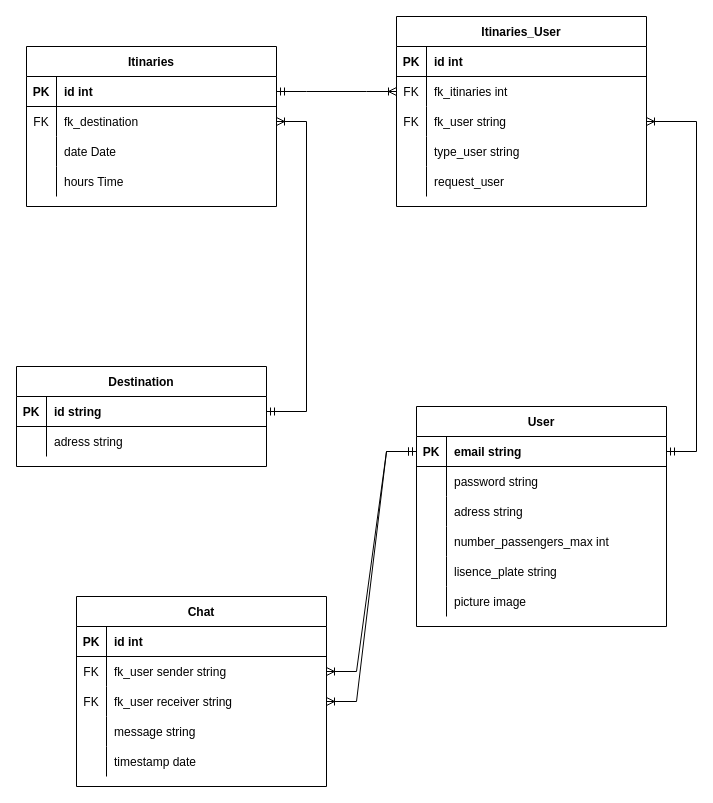
The draw.io diagram page "Page-1" (1 of 7) of Diagramme relationnel.drawio in jmimassi/Carpooling, before the edit. Source tidied: cells renumbered, new cells numbered last; positions are measured from the earlier drawing's top-left corner, leaving out a move shared by most shapes. Both pictures are drawn from the tidied source at 100%, with x=0, y=0 at pixel (16, 16).
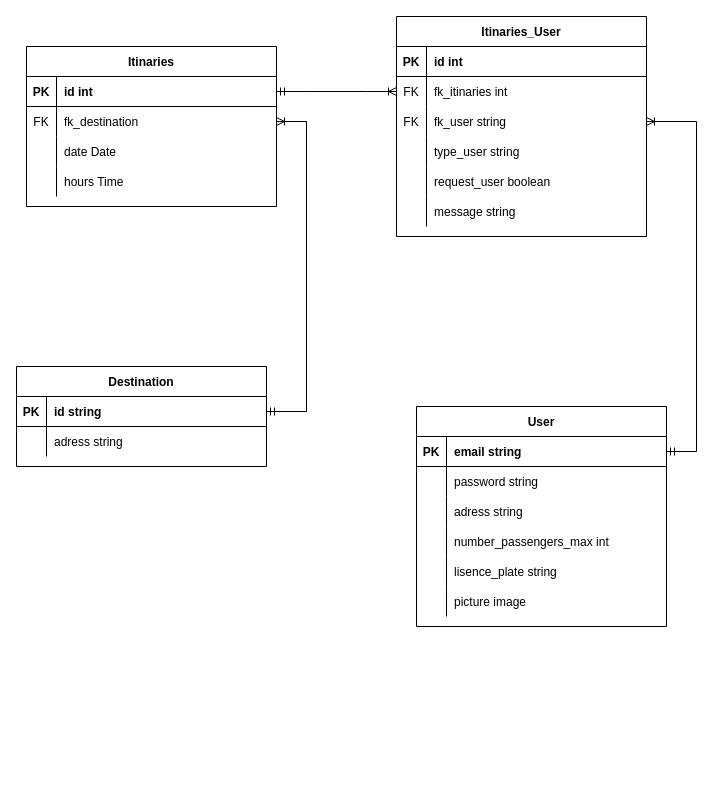
The same diagram, later.

Commit message (it also covers changes not shown here):
add the connexion and fixed with the db i also added the create user

Unchanged cells that the change refers to:
```xml
<mxCell id="23" style="shape=partialRectangle;fillColor=none;points=[[0,0.5],[1,0.5]];portConstraint=eastwest;top=0;left=0;right=0;bottom=1;" parent="22" vertex="1">
  <mxGeometry y="30" width="250" height="30" as="geometry" />
</mxCell>
<mxCell id="54" style="shape=tableRow;horizontal=0;startSize=0;swimlaneHead=0;swimlaneBody=0;fillColor=none;top=0;left=0;right=0;bottom=0;" parent="41" vertex="1">
  <mxGeometry y="150" width="250" height="30" as="geometry" />
</mxCell>
```

What changed in the source:
```diff
@@
     <mxCell id="41" value="Itinaries_User" style="shape=table;startSize=30;childLayout=tableLayout;rowLines=0;fontStyle=1;align=center;" parent="1" vertex="1">
-      <mxGeometry x="380" width="250" height="190" as="geometry" />
+      <mxGeometry x="380" width="250" height="220" as="geometry" />
     </mxCell>
@@
-    <mxCell id="56" value="request_user" style="shape=partialRectangle;fillColor=none;top=0;left=0;bottom=0;right=0;align=left;spacingLeft=6;overflow=hidden;" parent="54" vertex="1">
+    <mxCell id="56" value="request_user boolean" style="shape=partialRectangle;fillColor=none;top=0;left=0;bottom=0;right=0;align=left;spacingLeft=6;overflow=hidden;" parent="54" vertex="1">
       <mxGeometry x="30" width="220" height="30" as="geometry" />
     </mxCell>
+    <mxCell id="78" style="shape=tableRow;horizontal=0;startSize=0;swimlaneHead=0;swimlaneBody=0;fillColor=none;top=0;left=0;right=0;bottom=0;" parent="41" vertex="1">
+      <mxGeometry y="180" width="250" height="30" as="geometry" />
+    </mxCell>
+    <mxCell id="79" style="shape=partialRectangle;fillColor=none;top=0;left=0;bottom=0;right=0;overflow=hidden;" parent="78" vertex="1">
+      <mxGeometry width="30" height="30" as="geometry" />
+    </mxCell>
+    <mxCell id="72" value="message string" style="shape=partialRectangle;fillColor=none;top=0;left=0;bottom=0;right=0;align=left;spacingLeft=6;overflow=hidden;" parent="78" vertex="1">
+      <mxGeometry x="30" width="220" height="30" as="geometry" />
+    </mxCell>
@@
-    <mxCell id="60" value="Chat" style="shape=table;startSize=30;childLayout=tableLayout;rowLines=0;fontStyle=1;align=center;" parent="1" vertex="1">
-      <mxGeometry x="60" y="580" width="250" height="190" as="geometry" />
-    </mxCell>
-    <mxCell id="61" style="shape=partialRectangle;fillColor=none;top=0;left=0;right=0;bottom=1;" parent="60" vertex="1">
-      <mxGeometry y="30" width="250" height="30" as="geometry" />
-    </mxCell>
-    <mxCell id="62" value="PK" style="shape=partialRectangle;overflow=hidden;fillColor=none;top=0;left=0;bottom=0;right=0;fontStyle=1;" parent="61" vertex="1">
-      <mxGeometry width="30" height="30" as="geometry" />
-    </mxCell>
-    <mxCell id="63" value="id int" style="shape=partialRectangle;overflow=hidden;fillColor=none;top=0;left=0;bottom=0;right=0;align=left;spacingLeft=6;fontStyle=1;" parent="61" vertex="1">
-      <mxGeometry x="30" width="220" height="30" as="geometry" />
-    </mxCell>
-    <mxCell id="64" style="shape=tableRow;horizontal=0;startSize=0;swimlaneHead=0;swimlaneBody=0;fillColor=none;points=[[0,0.5],[1,0.5]];portConstraint=eastwest;top=0;left=0;right=0;bottom=0;" parent="60" vertex="1">
-      <mxGeometry y="60" width="250" height="30" as="geometry" />
-    </mxCell>
-    <mxCell id="65" value="FK" style="shape=partialRectangle;fillColor=none;top=0;left=0;bottom=0;right=0;fontStyle=0;overflow=hidden;" parent="64" vertex="1">
-      <mxGeometry width="30" height="30" as="geometry" />
-    </mxCell>
-    <mxCell id="66" value="fk_user sender string" style="shape=partialRectangle;fillColor=none;top=0;left=0;bottom=0;right=0;align=left;spacingLeft=6;fontStyle=0;overflow=hidden;" parent="64" vertex="1">
-      <mxGeometry x="30" width="220" height="30" as="geometry" />
-    </mxCell>
-    <mxCell id="67" style="shape=tableRow;horizontal=0;startSize=0;swimlaneHead=0;swimlaneBody=0;fillColor=none;points=[[0,0.5],[1,0.5]];portConstraint=eastwest;top=0;left=0;right=0;bottom=0;" parent="60" vertex="1">
-      <mxGeometry y="90" width="250" height="30" as="geometry" />
-    </mxCell>
-    <mxCell id="68" value="FK" style="shape=partialRectangle;fillColor=none;top=0;left=0;bottom=0;right=0;fontStyle=0;overflow=hidden;" parent="67" vertex="1">
-      <mxGeometry width="30" height="30" as="geometry" />
-    </mxCell>
-    <mxCell id="69" value="fk_user receiver string" style="shape=partialRectangle;fillColor=none;top=0;left=0;bottom=0;right=0;align=left;spacingLeft=6;fontStyle=0;overflow=hidden;" parent="67" vertex="1">
-      <mxGeometry x="30" width="220" height="30" as="geometry" />
-    </mxCell>
-    <mxCell id="70" style="shape=tableRow;horizontal=0;startSize=0;swimlaneHead=0;swimlaneBody=0;fillColor=none;top=0;left=0;right=0;bottom=0;" parent="60" vertex="1">
-      <mxGeometry y="120" width="250" height="30" as="geometry" />
-    </mxCell>
-    <mxCell id="71" style="shape=partialRectangle;fillColor=none;top=0;left=0;bottom=0;right=0;overflow=hidden;" parent="70" vertex="1">
-      <mxGeometry width="30" height="30" as="geometry" />
-    </mxCell>
-    <mxCell id="72" value="message string" style="shape=partialRectangle;fillColor=none;top=0;left=0;bottom=0;right=0;align=left;spacingLeft=6;overflow=hidden;" parent="70" vertex="1">
-      <mxGeometry x="30" width="220" height="30" as="geometry" />
-    </mxCell>
-    <mxCell id="73" style="shape=tableRow;horizontal=0;startSize=0;swimlaneHead=0;swimlaneBody=0;fillColor=none;top=0;left=0;right=0;bottom=0;" parent="60" vertex="1">
-      <mxGeometry y="150" width="250" height="30" as="geometry" />
-    </mxCell>
-    <mxCell id="74" style="shape=partialRectangle;fillColor=none;top=0;left=0;bottom=0;right=0;overflow=hidden;" parent="73" vertex="1">
-      <mxGeometry width="30" height="30" as="geometry" />
-    </mxCell>
-    <mxCell id="75" value="timestamp date" style="shape=partialRectangle;fillColor=none;top=0;left=0;bottom=0;right=0;align=left;spacingLeft=6;overflow=hidden;" parent="73" vertex="1">
-      <mxGeometry x="30" width="220" height="30" as="geometry" />
-    </mxCell>
-    <mxCell id="76" style="edgeStyle=entityRelationEdgeStyle;fontSize=12;html=1;endArrow=ERoneToMany;startArrow=ERmandOne;rounded=0;" parent="1" edge="1" source="23" target="64">
-      <mxGeometry relative="1" as="geometry" />
-    </mxCell>
-    <mxCell id="77" style="edgeStyle=entityRelationEdgeStyle;fontSize=12;html=1;endArrow=ERoneToMany;startArrow=ERmandOne;rounded=0;" parent="1" edge="1" source="23" target="67">
-      <mxGeometry relative="1" as="geometry" />
-    </mxCell>
```
